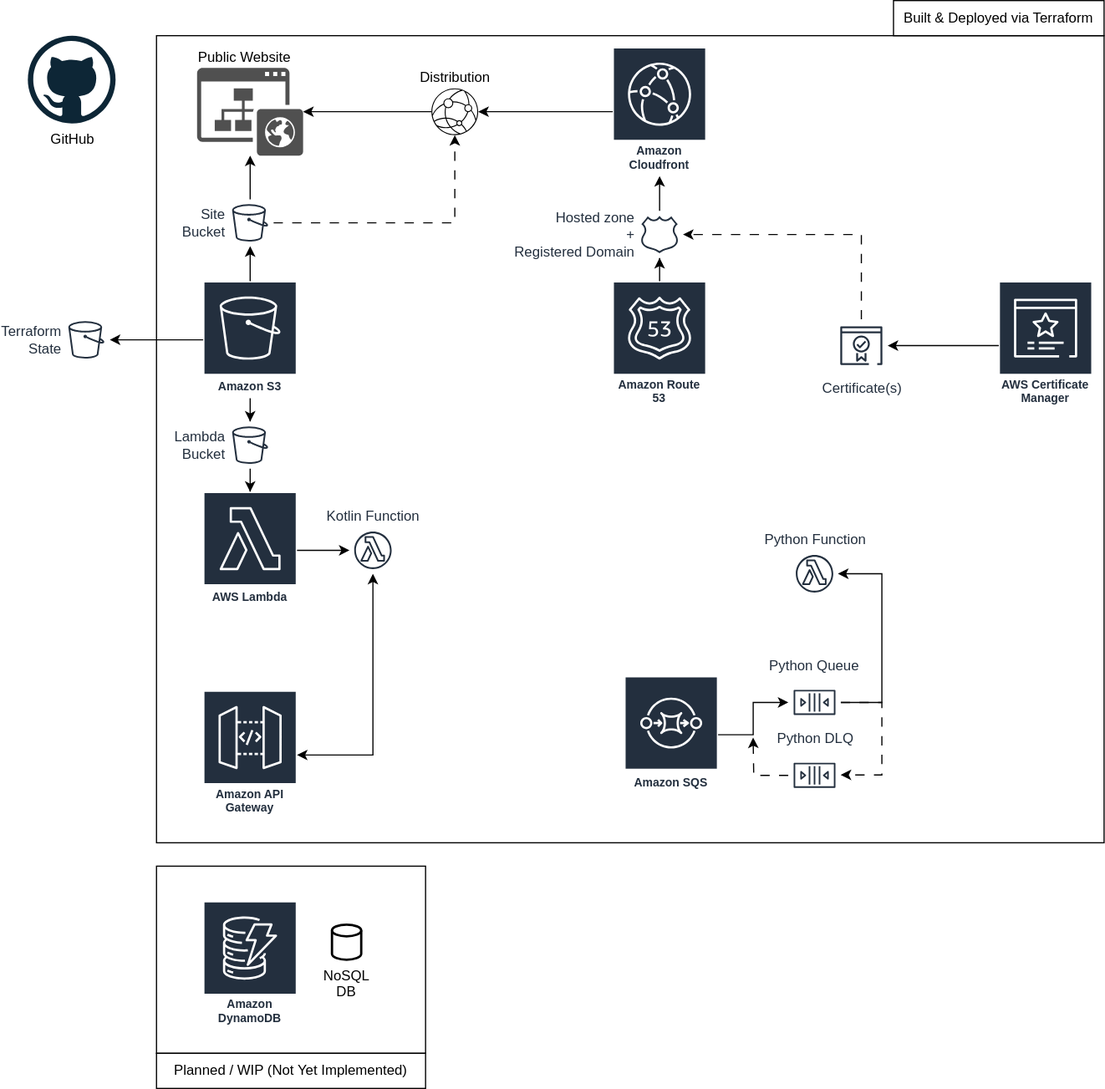
The draw.io diagram diagrams/architecture.drawio.svg in azrinsler/cloud-resume, before a commit. Source tidied: cells renumbered, new cells last; positions are measured from the earlier drawing's top-left corner, leaving out a move shared by most shapes.
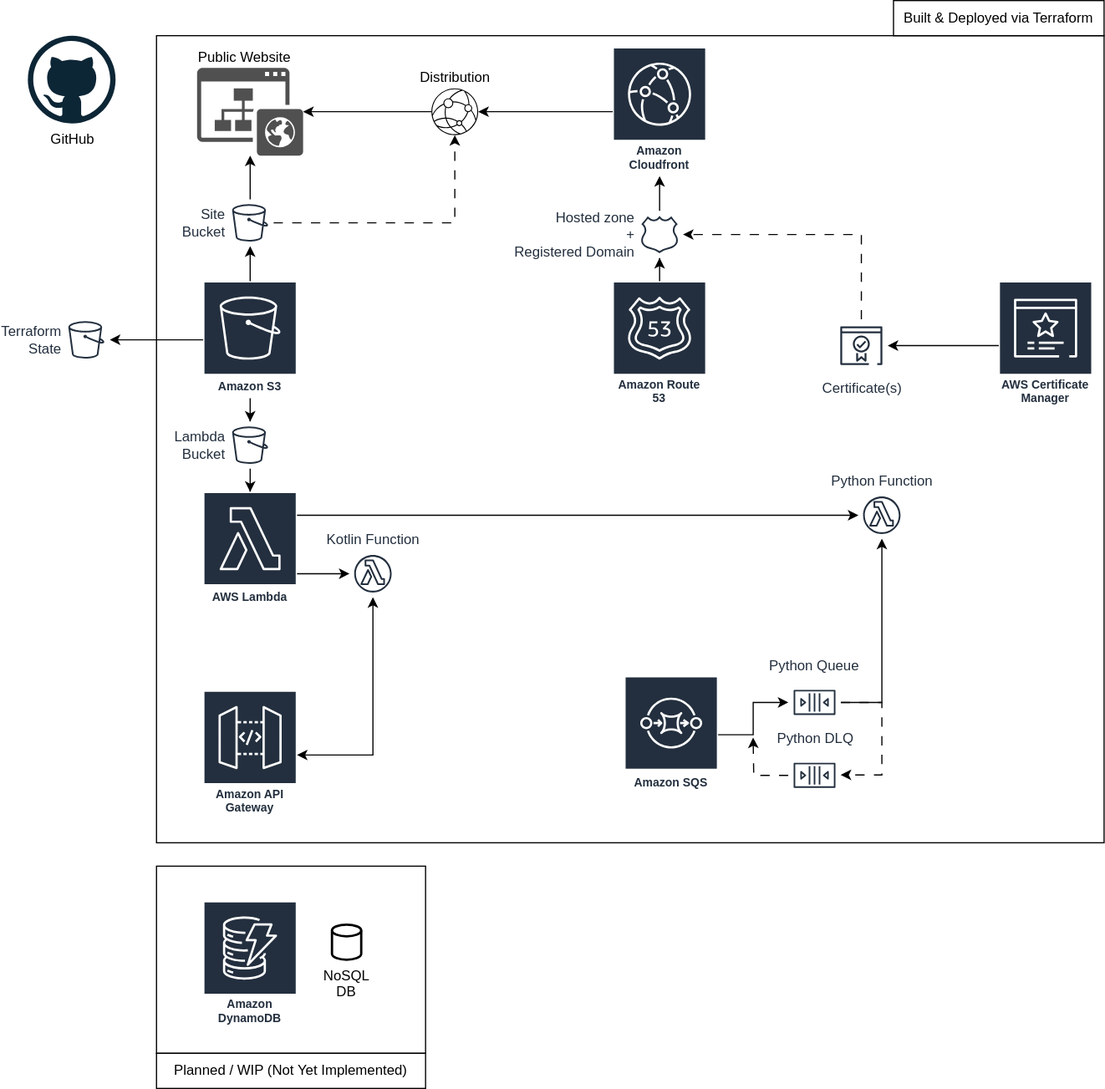
After the commit.

Commit message:
Forgot a line

What changed in the source:
```diff
@@ -28,8 +28,21 @@
       <mxGeometry x="150" y="240" width="80" height="100" as="geometry" />
     </mxCell>
     <mxCell id="9" style="edgeStyle=orthogonalEdgeStyle;rounded=0;jettySize=auto;html=1;" parent="1" edge="1" source="10" target="38">
-      <mxGeometry relative="1" as="geometry" />
+      <mxGeometry relative="1" as="geometry">
+        <Array as="points">
+          <mxPoint x="240" y="490" />
+          <mxPoint x="240" y="490" />
+        </Array>
+      </mxGeometry>
     </mxCell>
+    <mxCell id="45" style="edgeStyle=orthogonalEdgeStyle;rounded=0;jettySize=auto;html=1;" parent="1" edge="1" source="10" target="41">
+      <mxGeometry relative="1" as="geometry">
+        <Array as="points">
+          <mxPoint x="350" y="440" />
+          <mxPoint x="350" y="440" />
+        </Array>
+      </mxGeometry>
+    </mxCell>
     <mxCell id="10" value="AWS Lambda" style="sketch=0;outlineConnect=0;fontColor=#232F3E;gradientColor=none;strokeColor=#ffffff;fillColor=#232F3E;dashed=0;verticalLabelPosition=middle;verticalAlign=bottom;align=center;html=1;whiteSpace=wrap;fontSize=10;fontStyle=1;spacing=3;shape=mxgraph.aws4.productIcon;prIcon=mxgraph.aws4.lambda;" parent="1" vertex="1">
       <mxGeometry x="150" y="420" width="80" height="100" as="geometry" />
     </mxCell>
@@ -121,7 +134,7 @@
       <mxGeometry x="260" y="790" width="25" height="30" as="geometry" />
     </mxCell>
     <mxCell id="38" value="Kotlin Function" style="sketch=0;outlineConnect=0;fontColor=#232F3E;gradientColor=none;strokeColor=#232F3E;fillColor=#ffffff;dashed=0;verticalLabelPosition=top;verticalAlign=bottom;align=center;html=1;fontSize=12;fontStyle=0;shape=mxgraph.aws4.resourceIcon;resIcon=mxgraph.aws4.lambda_function;labelPosition=center;" parent="1" vertex="1">
-      <mxGeometry x="275" y="450" width="40" height="40" as="geometry" />
+      <mxGeometry x="275" y="470" width="40" height="40" as="geometry" />
     </mxCell>
     <mxCell id="39" value="Planned / WIP (Not Yet Implemented)" style="rounded=0;whiteSpace=wrap;html=1;fillStyle=solid;" parent="1" vertex="1">
       <mxGeometry x="110" y="900" width="230" height="30" as="geometry" />
@@ -130,7 +143,7 @@
       <mxGeometry x="30" y="270" width="40" height="40" as="geometry" />
     </mxCell>
     <mxCell id="41" value="Python Function" style="sketch=0;outlineConnect=0;fontColor=#232F3E;gradientColor=none;strokeColor=#232F3E;fillColor=#ffffff;dashed=0;verticalLabelPosition=top;verticalAlign=bottom;align=center;html=1;fontSize=12;fontStyle=0;shape=mxgraph.aws4.resourceIcon;resIcon=mxgraph.aws4.lambda_function;labelPosition=center;" parent="1" vertex="1">
-      <mxGeometry x="652.5" y="470" width="40" height="40" as="geometry" />
+      <mxGeometry x="710" y="420" width="40" height="40" as="geometry" />
     </mxCell>
     <mxCell id="42" style="edgeStyle=orthogonalEdgeStyle;rounded=0;jettySize=auto;html=1;dashed=1;dashPattern=8 8;" parent="1" edge="1" source="44" target="36">
       <mxGeometry relative="1" as="geometry">
```
